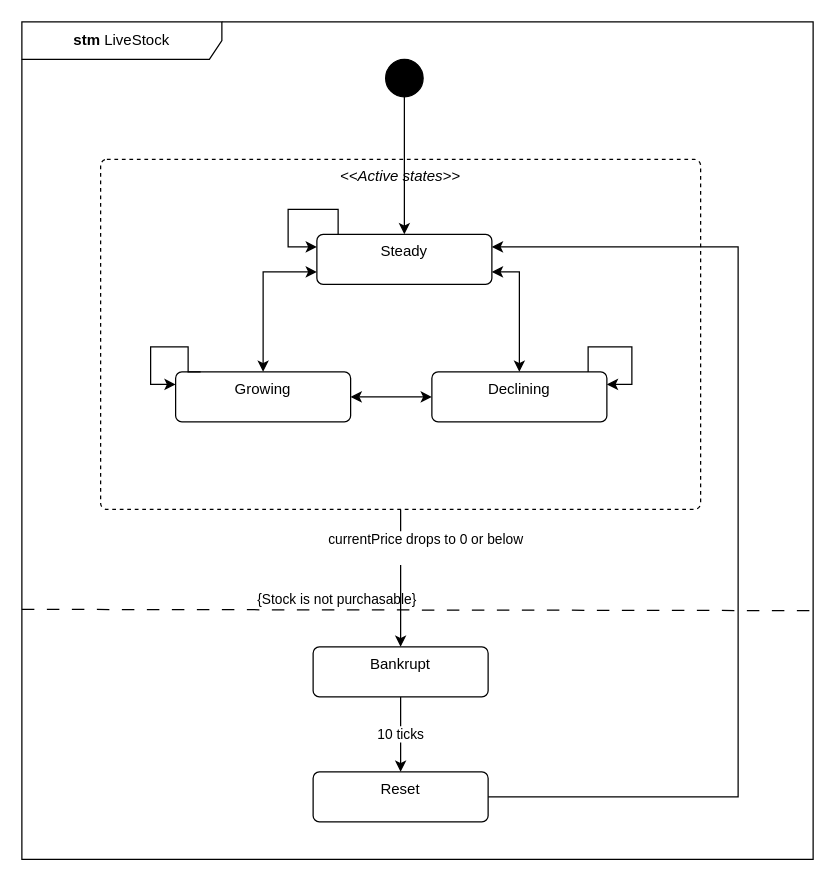
Earlier version of the draw.io diagram documentation/assignment4/stm_LiveStock.drawio (Xorgh/SDT1-ShortBig). Source tidied: cells renumbered, new cells numbered last; positions are measured from the earlier drawing's top-left corner, leaving out a move shared by most shapes. Both pictures are drawn from the tidied source at 125%, with x=0, y=0 at pixel (21, 21).
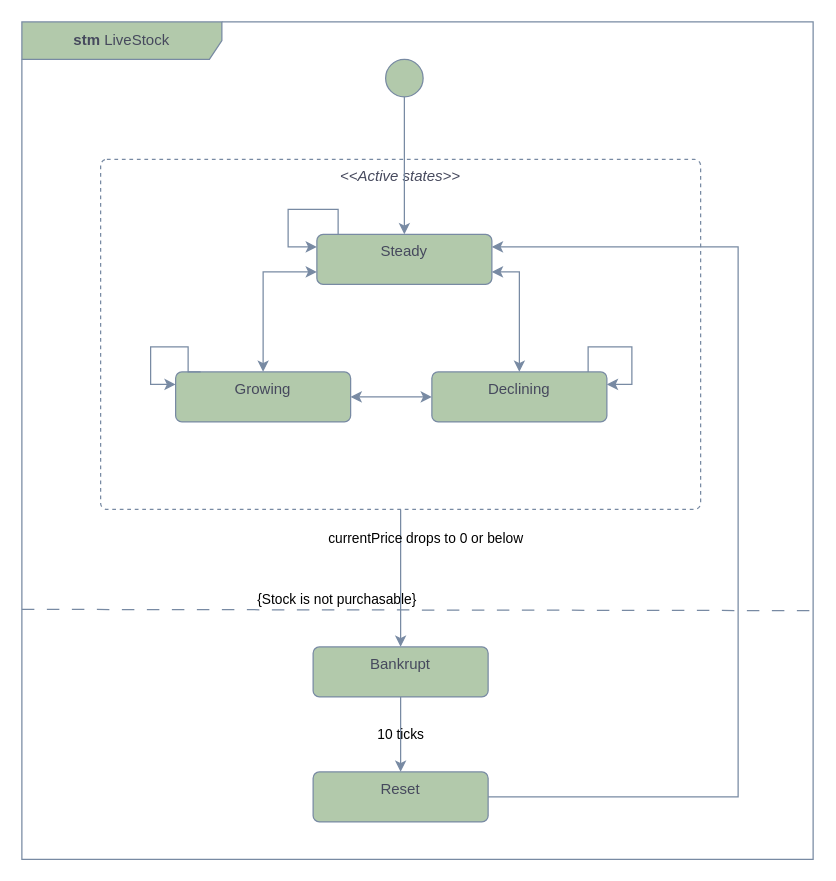
The same page after the edit.

Change to the diagram source:
```diff
@@
-    <mxCell id="2" value="&lt;b&gt;stm&lt;/b&gt;&amp;nbsp;LiveStock" style="shape=umlFrame;whiteSpace=wrap;html=1;width=160;labelBackgroundColor=none;" parent="1" vertex="1">
+    <mxCell id="2" value="&lt;b&gt;stm&lt;/b&gt;&amp;nbsp;LiveStock" style="shape=umlFrame;whiteSpace=wrap;html=1;width=160;labelBackgroundColor=none;fillColor=#B2C9AB;strokeColor=#788AA3;fontColor=#46495D;" parent="1" vertex="1">
       <mxGeometry width="633" height="670" as="geometry" />
     </mxCell>
-    <mxCell id="3" value="&lt;i&gt;&amp;lt;&amp;lt;Active states&amp;gt;&amp;gt;&lt;/i&gt;" style="html=1;align=center;verticalAlign=top;rounded=1;absoluteArcSize=1;arcSize=10;dashed=1;whiteSpace=wrap;" parent="2" vertex="1">
+    <mxCell id="3" value="&lt;i&gt;&amp;lt;&amp;lt;Active states&amp;gt;&amp;gt;&lt;/i&gt;" style="html=1;align=center;verticalAlign=top;rounded=1;absoluteArcSize=1;arcSize=10;dashed=1;whiteSpace=wrap;fillColor=none;labelBackgroundColor=none;strokeColor=#788AA3;fontColor=#46495D;" parent="2" vertex="1">
       <mxGeometry x="63" y="110" width="480" height="280" as="geometry" />
     </mxCell>
-    <mxCell id="4" value="{Stock is not purchasable}" style="endArrow=none;startArrow=none;endFill=0;startFill=0;endSize=8;html=1;verticalAlign=bottom;dashed=1;labelBackgroundColor=none;dashPattern=10 10;rounded=0;exitX=0;exitY=0.611;exitDx=0;exitDy=0;exitPerimeter=0;align=right;" parent="2" edge="1">
+    <mxCell id="4" value="{Stock is not purchasable}" style="endArrow=none;startArrow=none;endFill=0;startFill=0;endSize=8;html=1;verticalAlign=bottom;dashed=1;labelBackgroundColor=none;dashPattern=10 10;rounded=0;exitX=0;exitY=0.611;exitDx=0;exitDy=0;exitPerimeter=0;align=right;strokeColor=#788AA3;fontColor=default;" parent="2" edge="1">
       <mxGeometry relative="1" as="geometry">
         <mxPoint y="470" as="sourcePoint" />
         <mxPoint x="633" y="471" as="targetPoint" />
       </mxGeometry>
     </mxCell>
-    <mxCell id="5" style="whiteSpace=wrap;strokeWidth=2;labelBackgroundColor=none;" parent="2" vertex="1">
+    <mxCell id="5" style="whiteSpace=wrap;strokeWidth=2;labelBackgroundColor=none;fillColor=#B2C9AB;strokeColor=#788AA3;fontColor=#46495D;" parent="2" vertex="1">
       <mxGeometry x="408" y="170" as="geometry" />
     </mxCell>
-    <mxCell id="6" style="whiteSpace=wrap;strokeWidth=2;labelBackgroundColor=none;" parent="2" vertex="1">
+    <mxCell id="6" style="whiteSpace=wrap;strokeWidth=2;labelBackgroundColor=none;fillColor=#B2C9AB;strokeColor=#788AA3;fontColor=#46495D;" parent="2" vertex="1">
       <mxGeometry x="468" y="170" as="geometry" />
     </mxCell>
-    <mxCell id="7" style="edgeStyle=orthogonalEdgeStyle;rounded=0;jettySize=auto;html=1;" parent="2" edge="1" source="8" target="11">
+    <mxCell id="7" style="edgeStyle=orthogonalEdgeStyle;rounded=0;jettySize=auto;html=1;labelBackgroundColor=none;strokeColor=#788AA3;fontColor=default;" parent="2" edge="1" source="8" target="11">
       <mxGeometry relative="1" as="geometry" />
     </mxCell>
-    <mxCell id="8" style="ellipse;fillColor=strokeColor;html=1;" parent="2" vertex="1">
+    <mxCell id="8" style="ellipse;fillColor=#B2C9AB;html=1;labelBackgroundColor=none;strokeColor=#788AA3;fontColor=#46495D;" parent="2" vertex="1">
       <mxGeometry x="291" y="30" width="30" height="30" as="geometry" />
     </mxCell>
-    <mxCell id="9" style="edgeStyle=orthogonalEdgeStyle;rounded=0;jettySize=auto;html=1;startArrow=classic;startFill=1;exitX=0;exitY=0.75;exitDx=0;exitDy=0;" parent="2" edge="1" source="11" target="14">
+    <mxCell id="9" style="edgeStyle=orthogonalEdgeStyle;rounded=0;jettySize=auto;html=1;startArrow=classic;startFill=1;exitX=0;exitY=0.75;exitDx=0;exitDy=0;labelBackgroundColor=none;strokeColor=#788AA3;fontColor=default;" parent="2" edge="1" source="11" target="14">
       <mxGeometry relative="1" as="geometry">
         <Array as="points">
           <mxPoint x="193" y="200" />
         </Array>
       </mxGeometry>
     </mxCell>
-    <mxCell id="10" style="edgeStyle=orthogonalEdgeStyle;rounded=0;jettySize=auto;html=1;exitX=1;exitY=0.75;exitDx=0;exitDy=0;startArrow=classic;startFill=1;" parent="2" edge="1" source="11" target="12">
+    <mxCell id="10" style="edgeStyle=orthogonalEdgeStyle;rounded=0;jettySize=auto;html=1;exitX=1;exitY=0.75;exitDx=0;exitDy=0;startArrow=classic;startFill=1;labelBackgroundColor=none;strokeColor=#788AA3;fontColor=default;" parent="2" edge="1" source="11" target="12">
       <mxGeometry relative="1" as="geometry" />
     </mxCell>
-    <mxCell id="11" value="Steady" style="html=1;align=center;verticalAlign=top;rounded=1;absoluteArcSize=1;arcSize=10;dashed=0;whiteSpace=wrap;" parent="2" vertex="1">
+    <mxCell id="11" value="Steady" style="html=1;align=center;verticalAlign=top;rounded=1;absoluteArcSize=1;arcSize=10;dashed=0;whiteSpace=wrap;labelBackgroundColor=none;fillColor=#B2C9AB;strokeColor=#788AA3;fontColor=#46495D;" parent="2" vertex="1">
       <mxGeometry x="236" y="170" width="140" height="40" as="geometry" />
     </mxCell>
-    <mxCell id="12" value="Declining" style="html=1;align=center;verticalAlign=top;rounded=1;absoluteArcSize=1;arcSize=10;dashed=0;whiteSpace=wrap;" parent="2" vertex="1">
+    <mxCell id="12" value="Declining" style="html=1;align=center;verticalAlign=top;rounded=1;absoluteArcSize=1;arcSize=10;dashed=0;whiteSpace=wrap;labelBackgroundColor=none;fillColor=#B2C9AB;strokeColor=#788AA3;fontColor=#46495D;" parent="2" vertex="1">
       <mxGeometry x="328" y="280" width="140" height="40" as="geometry" />
     </mxCell>
-    <mxCell id="13" style="edgeStyle=orthogonalEdgeStyle;rounded=0;jettySize=auto;html=1;startArrow=classic;startFill=1;" parent="2" edge="1" source="14" target="12">
+    <mxCell id="13" style="edgeStyle=orthogonalEdgeStyle;rounded=0;jettySize=auto;html=1;startArrow=classic;startFill=1;labelBackgroundColor=none;strokeColor=#788AA3;fontColor=default;" parent="2" edge="1" source="14" target="12">
       <mxGeometry relative="1" as="geometry" />
     </mxCell>
-    <mxCell id="14" value="Growing" style="html=1;align=center;verticalAlign=top;rounded=1;absoluteArcSize=1;arcSize=10;dashed=0;whiteSpace=wrap;" parent="2" vertex="1">
+    <mxCell id="14" value="Growing" style="html=1;align=center;verticalAlign=top;rounded=1;absoluteArcSize=1;arcSize=10;dashed=0;whiteSpace=wrap;labelBackgroundColor=none;fillColor=#B2C9AB;strokeColor=#788AA3;fontColor=#46495D;" parent="2" vertex="1">
       <mxGeometry x="123" y="280" width="140" height="40" as="geometry" />
     </mxCell>
-    <mxCell id="15" value="10 ticks" style="edgeStyle=orthogonalEdgeStyle;rounded=0;jettySize=auto;html=1;" parent="2" edge="1" source="16" target="18">
+    <mxCell id="15" value="10 ticks" style="edgeStyle=orthogonalEdgeStyle;rounded=0;jettySize=auto;html=1;labelBackgroundColor=none;strokeColor=#788AA3;fontColor=default;" parent="2" edge="1" source="16" target="18">
       <mxGeometry relative="1" as="geometry" />
     </mxCell>
-    <mxCell id="16" value="Bankrupt" style="html=1;align=center;verticalAlign=top;rounded=1;absoluteArcSize=1;arcSize=10;dashed=0;whiteSpace=wrap;" parent="2" vertex="1">
+    <mxCell id="16" value="Bankrupt" style="html=1;align=center;verticalAlign=top;rounded=1;absoluteArcSize=1;arcSize=10;dashed=0;whiteSpace=wrap;labelBackgroundColor=none;fillColor=#B2C9AB;strokeColor=#788AA3;fontColor=#46495D;" parent="2" vertex="1">
       <mxGeometry x="233" y="500" width="140" height="40" as="geometry" />
     </mxCell>
-    <mxCell id="17" style="edgeStyle=orthogonalEdgeStyle;rounded=0;jettySize=auto;html=1;" parent="2" edge="1" source="18" target="11">
+    <mxCell id="17" style="edgeStyle=orthogonalEdgeStyle;rounded=0;jettySize=auto;html=1;labelBackgroundColor=none;strokeColor=#788AA3;fontColor=default;" parent="2" edge="1" source="18" target="11">
       <mxGeometry relative="1" as="geometry">
         <Array as="points">
           <mxPoint x="573" y="620" />
           <mxPoint x="573" y="180" />
         </Array>
       </mxGeometry>
     </mxCell>
-    <mxCell id="18" value="Reset" style="html=1;align=center;verticalAlign=top;rounded=1;absoluteArcSize=1;arcSize=10;dashed=0;whiteSpace=wrap;" parent="2" vertex="1">
+    <mxCell id="18" value="Reset" style="html=1;align=center;verticalAlign=top;rounded=1;absoluteArcSize=1;arcSize=10;dashed=0;whiteSpace=wrap;labelBackgroundColor=none;fillColor=#B2C9AB;strokeColor=#788AA3;fontColor=#46495D;" parent="2" vertex="1">
       <mxGeometry x="233" y="600" width="140" height="40" as="geometry" />
     </mxCell>
-    <mxCell id="19" style="edgeStyle=orthogonalEdgeStyle;rounded=0;orthogonalLoop=1;jettySize=auto;html=1;entryX=0;entryY=0.25;entryDx=0;entryDy=0;" parent="2" edge="1" source="11" target="11">
+    <mxCell id="19" style="edgeStyle=orthogonalEdgeStyle;rounded=0;orthogonalLoop=1;jettySize=auto;html=1;entryX=0;entryY=0.25;entryDx=0;entryDy=0;labelBackgroundColor=none;strokeColor=#788AA3;fontColor=default;" parent="2" edge="1" source="11" target="11">
       <mxGeometry relative="1" as="geometry">
         <Array as="points">
           <mxPoint x="253" y="150" />
           <mxPoint x="213" y="150" />
           <mxPoint x="213" y="180" />
         </Array>
       </mxGeometry>
     </mxCell>
-    <mxCell id="20" style="edgeStyle=orthogonalEdgeStyle;rounded=0;orthogonalLoop=1;jettySize=auto;html=1;" parent="2" edge="1">
+    <mxCell id="20" style="edgeStyle=orthogonalEdgeStyle;rounded=0;orthogonalLoop=1;jettySize=auto;html=1;labelBackgroundColor=none;strokeColor=#788AA3;fontColor=default;" parent="2" edge="1">
       <mxGeometry relative="1" as="geometry">
         <mxPoint x="143" y="280" as="sourcePoint" />
         <mxPoint x="123" y="290" as="targetPoint" />
         <Array as="points">
           <mxPoint x="133" y="280" />
           <mxPoint x="133" y="260" />
           <mxPoint x="103" y="260" />
           <mxPoint x="103" y="290" />
         </Array>
       </mxGeometry>
     </mxCell>
-    <mxCell id="21" style="edgeStyle=orthogonalEdgeStyle;rounded=0;orthogonalLoop=1;jettySize=auto;html=1;entryX=1;entryY=0.25;entryDx=0;entryDy=0;" parent="2" edge="1" source="12" target="12">
+    <mxCell id="21" style="edgeStyle=orthogonalEdgeStyle;rounded=0;orthogonalLoop=1;jettySize=auto;html=1;entryX=1;entryY=0.25;entryDx=0;entryDy=0;labelBackgroundColor=none;strokeColor=#788AA3;fontColor=default;" parent="2" edge="1" source="12" target="12">
       <mxGeometry relative="1" as="geometry">
         <Array as="points">
           <mxPoint x="453" y="260" />
           <mxPoint x="488" y="260" />
           <mxPoint x="488" y="290" />
         </Array>
       </mxGeometry>
     </mxCell>
-    <mxCell id="22" value="currentPrice drops to 0 or below&lt;div&gt;&lt;br&gt;&lt;/div&gt;" style="edgeStyle=orthogonalEdgeStyle;rounded=0;jettySize=auto;html=1;exitX=0.5;exitY=1;exitDx=0;exitDy=0;entryX=0.5;entryY=0;entryDx=0;entryDy=0;" parent="2" edge="1" source="3" target="16">
-      <mxGeometry x="-0.43" y="20" relative="1" as="geometry" />
+    <mxCell id="22" value="currentPrice drops to 0 or below&lt;div&gt;&lt;br&gt;&lt;/div&gt;" style="edgeStyle=orthogonalEdgeStyle;rounded=0;jettySize=auto;html=1;exitX=0.5;exitY=1;exitDx=0;exitDy=0;entryX=0.5;entryY=0;entryDx=0;entryDy=0;labelBackgroundColor=none;strokeColor=#788AA3;fontColor=default;" parent="2" edge="1" source="3" target="16">
+      <mxGeometry x="-0.45" y="20" relative="1" as="geometry" />
     </mxCell>
```
